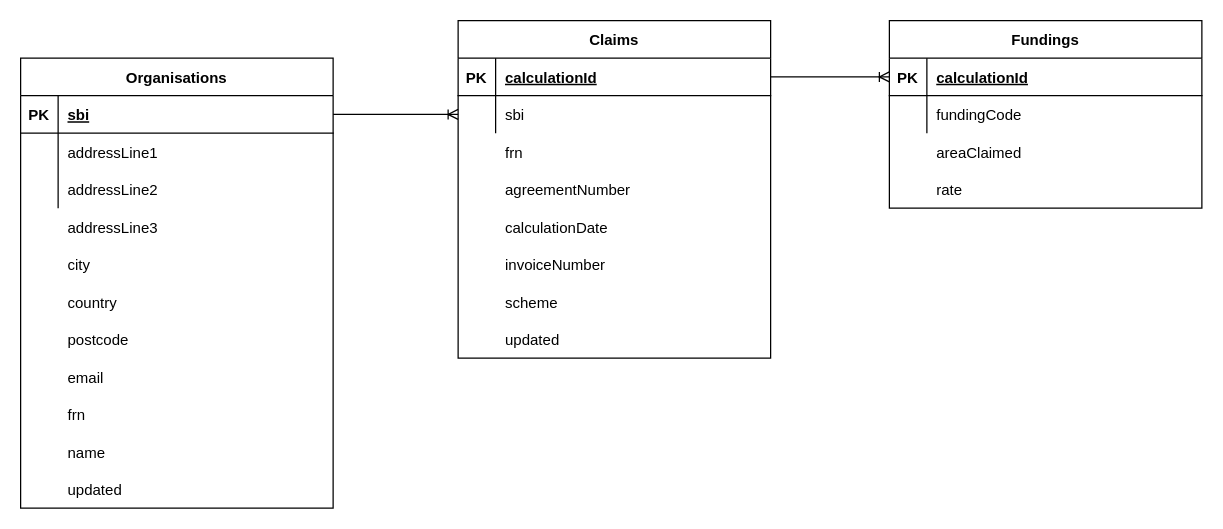
The draw.io diagram Payments/ffc-pay-statement-db-schema.drawio in DEFRA/ffc-diagrams, before the edit. Source tidied: cells renumbered, new cells numbered last; positions are measured from the earlier drawing's top-left corner, leaving out a move shared by most shapes. Both pictures are drawn from the tidied source at 125%, with x=0, y=0 at pixel (20, 20).
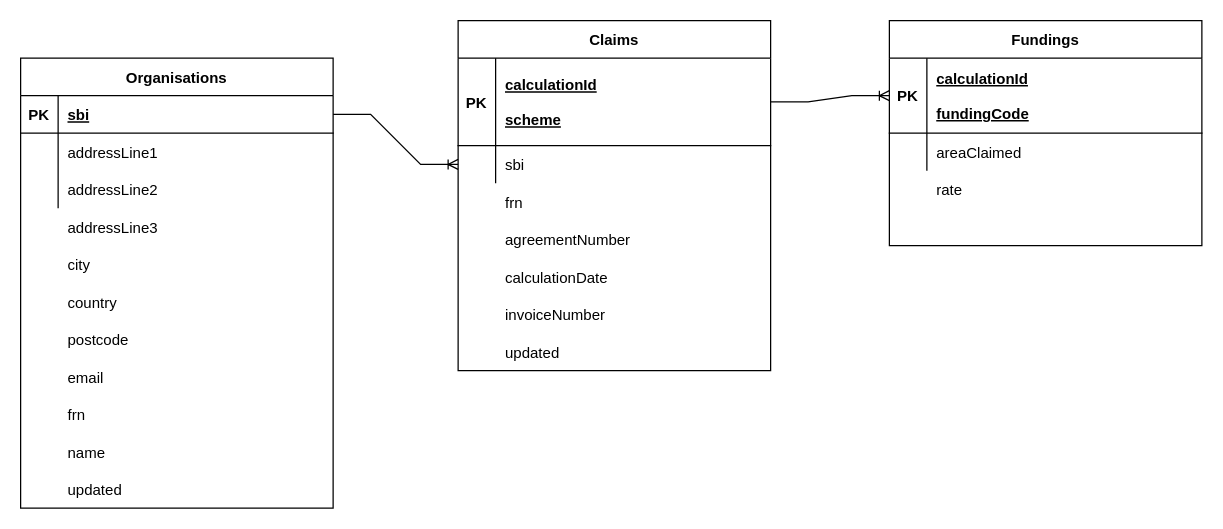
After the change.

Commit message:
updated statement-data ERD IRO PAY-2354

Diff of the diagram source:
```diff
@@
     <mxCell id="12" value="Claims" style="shape=table;startSize=30;childLayout=tableLayout;rowLines=0;fontStyle=1;align=center;" parent="1" vertex="1">
-      <mxGeometry x="350" width="250" height="270" as="geometry" />
+      <mxGeometry x="350" width="250" height="280" as="geometry" />
     </mxCell>
     <mxCell id="13" style="shape=partialRectangle;fillColor=none;points=[[0,0.5],[1,0.5]];portConstraint=eastwest;top=0;left=0;right=0;bottom=1;" parent="12" vertex="1">
-      <mxGeometry y="30" width="250" height="30" as="geometry" />
+      <mxGeometry y="30" width="250" height="70" as="geometry" />
     </mxCell>
     <mxCell id="14" value="PK" style="shape=partialRectangle;overflow=hidden;fillColor=none;top=0;left=0;bottom=0;right=0;fontStyle=1;" parent="13" vertex="1">
-      <mxGeometry width="30" height="30" as="geometry" />
+      <mxGeometry width="30" height="70" as="geometry" />
     </mxCell>
-    <mxCell id="15" value="calculationId" style="shape=partialRectangle;overflow=hidden;fillColor=none;top=0;left=0;bottom=0;right=0;align=left;spacingLeft=6;fontStyle=5;" parent="13" vertex="1">
-      <mxGeometry x="30" width="220" height="30" as="geometry" />
+    <mxCell id="15" value="calculationId&#10;&#10;scheme" style="shape=partialRectangle;overflow=hidden;fillColor=none;top=0;left=0;bottom=0;right=0;align=left;spacingLeft=6;fontStyle=5;" parent="13" vertex="1">
+      <mxGeometry x="30" width="220" height="70" as="geometry" />
     </mxCell>
     <mxCell id="16" style="shape=partialRectangle;fillColor=none;points=[[0,0.5],[1,0.5]];portConstraint=eastwest;top=0;left=0;right=0;bottom=0;" parent="12" vertex="1">
-      <mxGeometry y="60" width="250" height="30" as="geometry" />
+      <mxGeometry y="100" width="250" height="30" as="geometry" />
     </mxCell>
@@
     <mxCell id="19" value="frn" style="shape=partialRectangle;overflow=hidden;fillColor=none;top=0;left=0;bottom=0;right=0;align=left;spacingLeft=6;" parent="1" vertex="1">
-      <mxGeometry x="380" y="90" width="220" height="30" as="geometry" />
+      <mxGeometry x="380" y="130" width="220" height="30" as="geometry" />
     </mxCell>
     <mxCell id="20" value="agreementNumber" style="shape=partialRectangle;overflow=hidden;fillColor=none;top=0;left=0;bottom=0;right=0;align=left;spacingLeft=6;" parent="1" vertex="1">
-      <mxGeometry x="380" y="120" width="220" height="30" as="geometry" />
+      <mxGeometry x="380" y="160" width="220" height="30" as="geometry" />
     </mxCell>
     <mxCell id="21" value="calculationDate" style="shape=partialRectangle;overflow=hidden;fillColor=none;top=0;left=0;bottom=0;right=0;align=left;spacingLeft=6;" parent="1" vertex="1">
-      <mxGeometry x="380" y="150" width="220" height="30" as="geometry" />
+      <mxGeometry x="380" y="190" width="220" height="30" as="geometry" />
     </mxCell>
     <mxCell id="22" value="invoiceNumber" style="shape=partialRectangle;overflow=hidden;fillColor=none;top=0;left=0;bottom=0;right=0;align=left;spacingLeft=6;" parent="1" vertex="1">
-      <mxGeometry x="380" y="180" width="220" height="30" as="geometry" />
+      <mxGeometry x="380" y="220" width="220" height="30" as="geometry" />
     </mxCell>
@@
     <mxCell id="29" value="Fundings" style="shape=table;startSize=30;childLayout=tableLayout;rowLines=0;fontStyle=1;align=center;" parent="1" vertex="1">
-      <mxGeometry x="695" width="250" height="150" as="geometry" />
+      <mxGeometry x="695" width="250" height="180" as="geometry" />
     </mxCell>
     <mxCell id="30" style="shape=partialRectangle;fillColor=none;points=[[0,0.5],[1,0.5]];portConstraint=eastwest;top=0;left=0;right=0;bottom=1;" parent="29" vertex="1">
-      <mxGeometry y="30" width="250" height="30" as="geometry" />
+      <mxGeometry y="30" width="250" height="60" as="geometry" />
     </mxCell>
     <mxCell id="31" value="PK" style="shape=partialRectangle;overflow=hidden;fillColor=none;top=0;left=0;bottom=0;right=0;fontStyle=1;" parent="30" vertex="1">
-      <mxGeometry width="30" height="30" as="geometry" />
+      <mxGeometry width="30" height="60" as="geometry" />
     </mxCell>
-    <mxCell id="32" value="calculationId" style="shape=partialRectangle;overflow=hidden;fillColor=none;top=0;left=0;bottom=0;right=0;align=left;spacingLeft=6;fontStyle=5;" parent="30" vertex="1">
-      <mxGeometry x="30" width="220" height="30" as="geometry" />
+    <mxCell id="32" value="calculationId&#10;&#10;fundingCode" style="shape=partialRectangle;overflow=hidden;fillColor=none;top=0;left=0;bottom=0;right=0;align=left;spacingLeft=6;fontStyle=5;" parent="30" vertex="1">
+      <mxGeometry x="30" width="220" height="60" as="geometry" />
     </mxCell>
     <mxCell id="33" style="shape=partialRectangle;fillColor=none;top=0;left=0;right=0;bottom=0;" parent="29" vertex="1">
-      <mxGeometry y="60" width="250" height="30" as="geometry" />
+      <mxGeometry y="90" width="250" height="30" as="geometry" />
     </mxCell>
@@
-    <mxCell id="35" value="fundingCode" style="shape=partialRectangle;overflow=hidden;fillColor=none;top=0;left=0;bottom=0;right=0;align=left;spacingLeft=6;" parent="33" vertex="1">
+    <mxCell id="35" value="areaClaimed" style="shape=partialRectangle;overflow=hidden;fillColor=none;top=0;left=0;bottom=0;right=0;align=left;spacingLeft=6;" parent="33" vertex="1">
       <mxGeometry x="30" width="220" height="30" as="geometry" />
     </mxCell>
-    <mxCell id="36" value="areaClaimed" style="shape=partialRectangle;overflow=hidden;fillColor=none;top=0;left=0;bottom=0;right=0;align=left;spacingLeft=6;" parent="1" vertex="1">
-      <mxGeometry x="725" y="90" width="220" height="30" as="geometry" />
-    </mxCell>
@@
-    <mxCell id="38" value="scheme" style="shape=partialRectangle;overflow=hidden;fillColor=none;top=0;left=0;bottom=0;right=0;align=left;spacingLeft=6;" parent="1" vertex="1">
-      <mxGeometry x="380" y="210" width="220" height="30" as="geometry" />
-    </mxCell>
     <mxCell id="39" value="updated" style="shape=partialRectangle;overflow=hidden;fillColor=none;top=0;left=0;bottom=0;right=0;align=left;spacingLeft=6;" parent="1" vertex="1">
-      <mxGeometry x="380" y="240" width="220" height="30" as="geometry" />
+      <mxGeometry x="380" y="250" width="220" height="30" as="geometry" />
     </mxCell>
```
